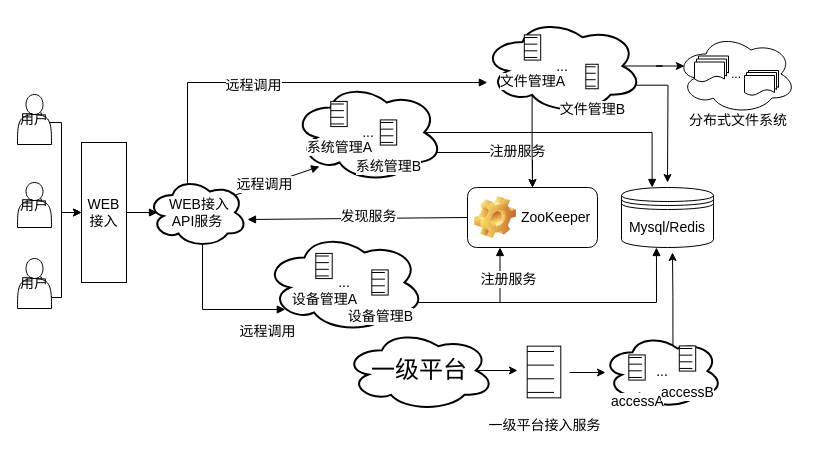
waterwatermelon/graph keeps this draw.io diagram as framework.drawio. Above is the earlier version. Source tidied: cells renumbered, new cells numbered last; positions are measured from the earlier drawing's top-left corner, leaving out a move shared by most shapes. Both pictures are drawn from the tidied source at 100%, with x=0, y=0 at pixel (17, 18).
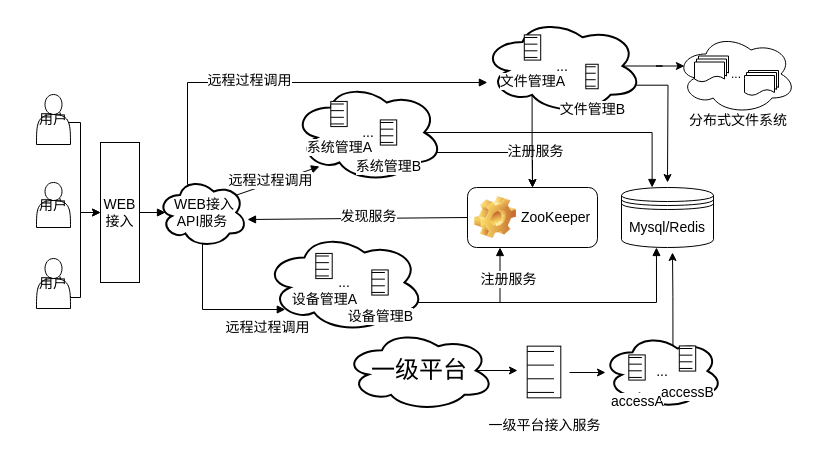
Above is the later version.

The change refers to these unchanged cells:
```xml
<mxCell id="5" style="edgeStyle=none;rounded=0;comic=0;jettySize=auto;html=1;exitX=0.88;exitY=0.25;exitDx=0;exitDy=0;exitPerimeter=0;entryX=0.177;entryY=0.84;entryDx=0;entryDy=0;entryPerimeter=0;shadow=0;startArrow=none;startFill=0;endArrow=block;endFill=1;strokeColor=#000000;strokeWidth=1;fontSize=14;" parent="1" edge="1" source="11" target="20">
  <mxGeometry relative="1" as="geometry" />
</mxCell>
<mxCell id="7" style="edgeStyle=orthogonalEdgeStyle;rounded=0;comic=0;jettySize=auto;html=1;exitX=0.4;exitY=0.1;exitDx=0;exitDy=0;exitPerimeter=0;shadow=0;startArrow=none;startFill=0;endArrow=block;endFill=1;strokeColor=#000000;strokeWidth=1;fontSize=14;" parent="1" edge="1" source="11" target="30">
  <mxGeometry relative="1" as="geometry">
    <Array as="points">
      <mxPoint x="170" y="64" />
    </Array>
  </mxGeometry>
</mxCell>
<mxCell id="9" style="edgeStyle=orthogonalEdgeStyle;rounded=0;comic=0;jettySize=auto;html=1;exitX=0.55;exitY=0.95;exitDx=0;exitDy=0;exitPerimeter=0;entryX=0.13;entryY=0.77;entryDx=0;entryDy=0;entryPerimeter=0;shadow=0;startArrow=none;startFill=0;endArrow=block;endFill=1;strokeColor=#000000;strokeWidth=1;fontSize=14;" parent="1" edge="1" source="11" target="24">
  <mxGeometry relative="1" as="geometry">
    <Array as="points">
      <mxPoint x="185" y="291" />
    </Array>
  </mxGeometry>
</mxCell>
<mxCell id="18" style="edgeStyle=orthogonalEdgeStyle;rounded=0;jettySize=auto;html=1;exitX=0.96;exitY=0.7;exitDx=0;exitDy=0;exitPerimeter=0;" parent="1" edge="1" source="20" target="34">
  <mxGeometry relative="1" as="geometry" />
</mxCell>
```

Diff of the diagram source:
```diff
@@
     <mxCell id="3" style="edgeStyle=orthogonalEdgeStyle;rounded=0;jettySize=auto;html=1;exitX=0.9;exitY=0.5;exitDx=0;exitDy=0;exitPerimeter=0;fontSize=14;" parent="1" edge="1" source="4" target="13">
       <mxGeometry relative="1" as="geometry">
         <Array as="points">
-          <mxPoint x="31" y="104" />
-          <mxPoint x="44" y="104" />
-          <mxPoint x="44" y="194" />
+          <mxPoint x="50" y="104" />
+          <mxPoint x="63" y="104" />
+          <mxPoint x="63" y="194" />
         </Array>
       </mxGeometry>
     </mxCell>
     <mxCell id="4" value="&lt;font style=&quot;font-size: 14px&quot;&gt;用户&lt;/font&gt;" style="shape=actor;whiteSpace=wrap;html=1;fontSize=14;" parent="1" vertex="1">
-      <mxGeometry y="76" width="34" height="50" as="geometry" />
+      <mxGeometry x="19" y="76" width="34" height="50" as="geometry" />
     </mxCell>
@@
-    <mxCell id="6" value="远程调用" style="text;html=1;align=center;verticalAlign=middle;labelBackgroundColor=#ffffff;fontSize=14;" parent="5" vertex="1">
-      <mxGeometry x="-0.32" y="1" relative="1" as="geometry" />
+    <mxCell id="6" value="远程过程调用" style="text;html=1;align=center;verticalAlign=middle;labelBackgroundColor=#ffffff;fontSize=14;" parent="5" vertex="1">
+      <mxGeometry x="-0.32" y="1" relative="1" as="geometry">
+        <mxPoint x="5" y="-4" as="offset" />
+      </mxGeometry>
     </mxCell>
@@
-    <mxCell id="8" value="远程调用" style="text;html=1;align=center;verticalAlign=middle;labelBackgroundColor=#ffffff;fontSize=14;" parent="7" vertex="1">
-      <mxGeometry x="-0.17" y="-2" relative="1" as="geometry" />
+    <mxCell id="8" value="远程过程调用" style="text;html=1;align=center;verticalAlign=middle;labelBackgroundColor=#ffffff;fontSize=14;" parent="7" vertex="1">
+      <mxGeometry x="-0.17" y="-2" relative="1" as="geometry">
+        <mxPoint y="-5" as="offset" />
+      </mxGeometry>
     </mxCell>
@@
-    <mxCell id="10" value="远程调用" style="text;html=1;align=center;verticalAlign=middle;labelBackgroundColor=#ffffff;fontSize=14;" parent="9" vertex="1">
+    <mxCell id="10" value="远程过程调用" style="text;html=1;align=center;verticalAlign=middle;labelBackgroundColor=#ffffff;fontSize=14;" parent="9" vertex="1">
       <mxGeometry x="-0.12" y="29" relative="1" as="geometry">
-        <mxPoint x="35" y="22" as="offset" />
+        <mxPoint x="35" y="20" as="offset" />
       </mxGeometry>
     </mxCell>
     <mxCell id="11" value="&amp;nbsp;WEB接入&lt;br style=&quot;font-size: 14px;&quot;&gt;API服务" style="ellipse;shape=cloud;strokeWidth=2;fontSize=14;whiteSpace=wrap;html=1;align=center;" parent="1" vertex="1">
-      <mxGeometry x="130" y="159" width="100" height="70" as="geometry" />
+      <mxGeometry x="140" y="159" width="90" height="70" as="geometry" />
     </mxCell>
     <mxCell id="12" style="edgeStyle=none;rounded=0;comic=0;jettySize=auto;html=1;exitX=1;exitY=0.5;exitDx=0;exitDy=0;shadow=0;startArrow=none;startFill=0;endArrow=block;endFill=1;strokeColor=#000000;strokeWidth=1;fontSize=14;" parent="1" edge="1" source="13">
       <mxGeometry relative="1" as="geometry">
-        <mxPoint x="140" y="194" as="targetPoint" />
+        <mxPoint x="148" y="194" as="targetPoint" />
       </mxGeometry>
     </mxCell>
     <mxCell id="13" value="&lt;font style=&quot;font-size: 14px;&quot;&gt;WEB接入&lt;/font&gt;" style="rounded=0;whiteSpace=wrap;html=1;fontSize=14;" parent="1" vertex="1">
-      <mxGeometry x="64" y="124" width="45" height="140" as="geometry" />
+      <mxGeometry x="83" y="124" width="39" height="140" as="geometry" />
     </mxCell>
     <mxCell id="14" value="&lt;font style=&quot;font-size: 14px&quot;&gt;用户&lt;/font&gt;" style="shape=actor;whiteSpace=wrap;html=1;fontSize=14;" parent="1" vertex="1">
-      <mxGeometry y="164" width="34" height="45" as="geometry" />
+      <mxGeometry x="19" y="164" width="34" height="45" as="geometry" />
     </mxCell>
     <mxCell id="15" style="edgeStyle=orthogonalEdgeStyle;rounded=0;jettySize=auto;html=1;exitX=1;exitY=0.75;exitDx=0;exitDy=0;entryX=0;entryY=0.5;entryDx=0;entryDy=0;fontSize=14;" parent="1" edge="1" source="16" target="13">
       <mxGeometry relative="1" as="geometry">
         <Array as="points">
-          <mxPoint x="44" y="279" />
-          <mxPoint x="44" y="194" />
+          <mxPoint x="63" y="279" />
+          <mxPoint x="63" y="194" />
         </Array>
       </mxGeometry>
     </mxCell>
     <mxCell id="16" value="&lt;font style=&quot;font-size: 14px&quot;&gt;用户&lt;/font&gt;" style="shape=actor;whiteSpace=wrap;html=1;fontSize=14;" parent="1" vertex="1">
-      <mxGeometry y="240" width="34" height="50" as="geometry" />
+      <mxGeometry x="19" y="240" width="34" height="50" as="geometry" />
     </mxCell>
@@
     <mxCell id="19" value="&lt;font style=&quot;font-size: 14px&quot;&gt;注册服务&lt;/font&gt;" style="text;html=1;align=center;verticalAlign=middle;labelBackgroundColor=#ffffff;" parent="18" vertex="1">
-      <mxGeometry x="0.22" y="2" relative="1" as="geometry" />
+      <mxGeometry x="0.22" y="2" relative="1" as="geometry">
+        <mxPoint x="18" as="offset" />
+      </mxGeometry>
     </mxCell>
```
